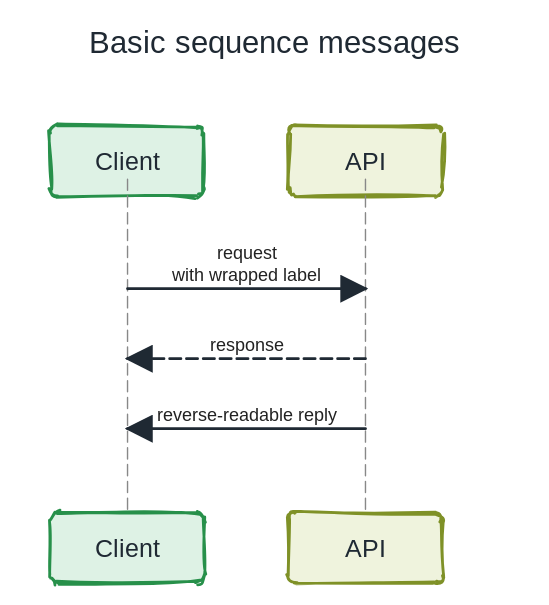
Above: docs/ressources/sequence/svg/basics.svg in grethel-labs/excaliplant (PlantUML), before the change. Its source is kept beside it as docs/ressources/sequence/puml/basics.puml.
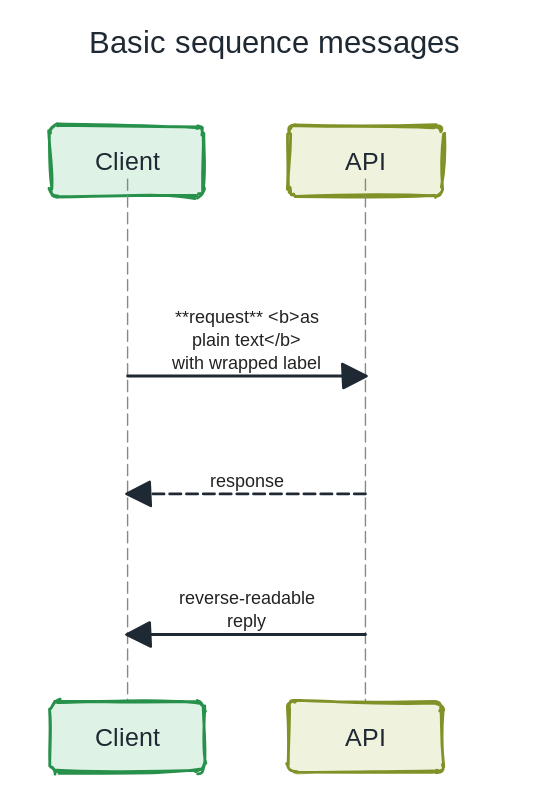
The same file after the commit.

The edit, as a diff of the source:
```diff
@@ -2,7 +2,7 @@
 title Basic sequence messages
 participant Client
 participant API
-Client->API: request\nwith wrapped label
+Client->API: **request** <b>as plain text</b>\nwith wrapped label
 API --> Client: response
 Client <- API: reverse-readable reply
 @enduml
```
